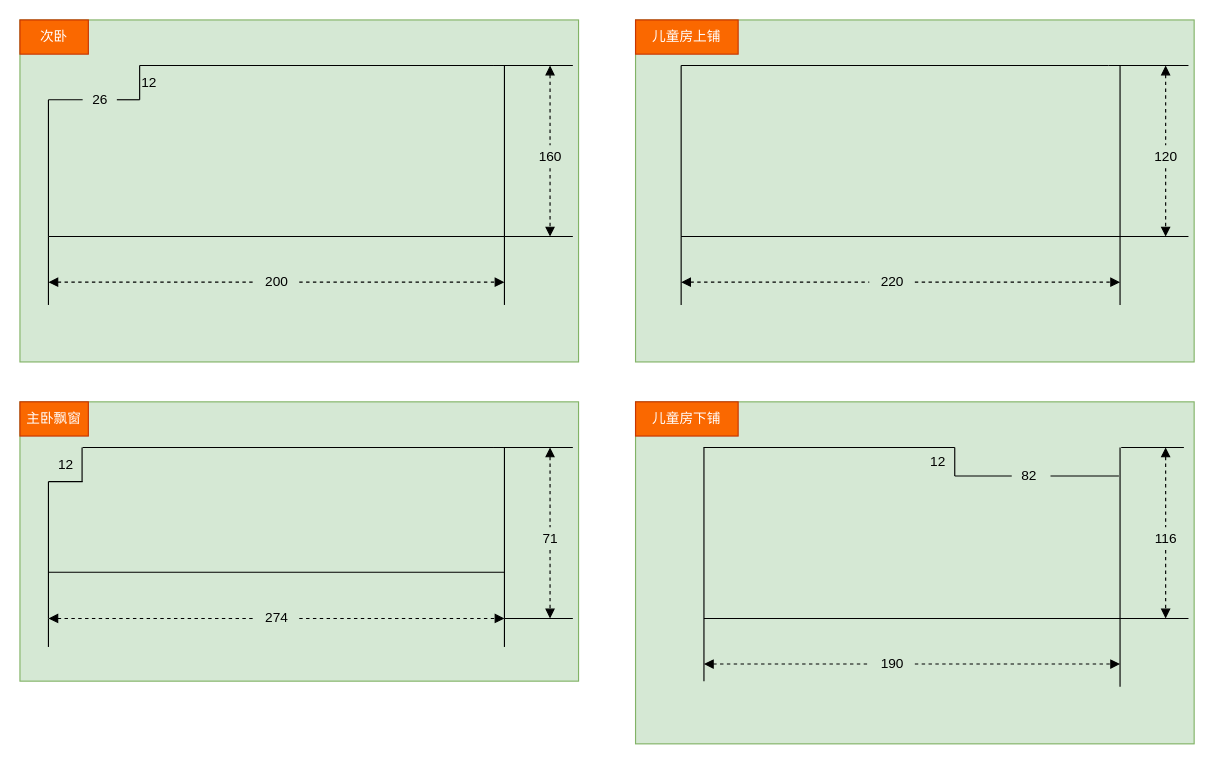
The draw.io diagram Untitled Diagram.drawio in sachwei/drawio, before the edit. Source tidied: cells renumbered, new cells numbered last; positions are measured from the earlier drawing's top-left corner, leaving out a move shared by most shapes. Both pictures are drawn from the tidied source at 114%, with x=0, y=0 at pixel (19, 19).
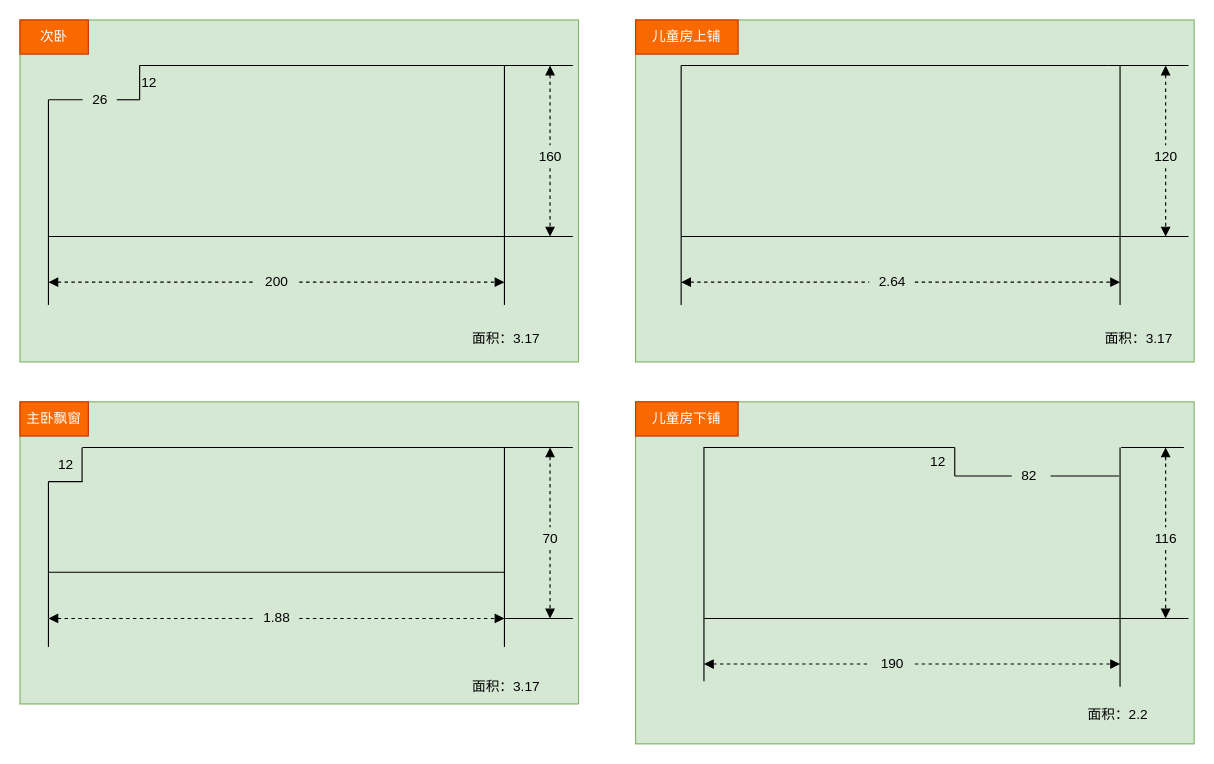
Above is the later version.

What changed in the source:
```diff
@@
     <mxCell id="23" style="rounded=0;whiteSpace=wrap;html=1;fillColor=#d5e8d4;strokeColor=#82b366;" parent="1" vertex="1">
-      <mxGeometry y="335" width="490" height="245" as="geometry" />
+      <mxGeometry y="335" width="490" height="265" as="geometry" />
     </mxCell>
@@
-    <mxCell id="34" value="274" style="text;html=1;align=center;verticalAlign=middle;points=[];fillColor=none;strokeColor=none;rounded=0;" parent="1" vertex="1">
+    <mxCell id="34" value="1.88" style="text;html=1;align=center;verticalAlign=middle;points=[];fillColor=none;strokeColor=none;rounded=0;" parent="1" vertex="1">
       <mxGeometry x="205" y="515" width="40" height="20" as="geometry" />
     </mxCell>
@@
-    <mxCell id="39" value="71" style="text;html=1;align=center;verticalAlign=middle;points=[];fillColor=none;strokeColor=none;rounded=0;" parent="1" vertex="1">
+    <mxCell id="39" value="70" style="text;html=1;align=center;verticalAlign=middle;points=[];fillColor=none;strokeColor=none;rounded=0;" parent="1" vertex="1">
       <mxGeometry x="450" y="445" width="30" height="20" as="geometry" />
     </mxCell>
@@
-    <mxCell id="51" value="220" style="text;html=1;align=center;verticalAlign=middle;points=[];fillColor=none;strokeColor=none;rounded=0;" parent="1" vertex="1">
+    <mxCell id="51" value="2.64" style="text;html=1;align=center;verticalAlign=middle;points=[];fillColor=none;strokeColor=none;rounded=0;" parent="1" vertex="1">
       <mxGeometry x="745" y="220" width="40" height="20" as="geometry" />
     </mxCell>
@@
+    <mxCell id="78" value="面积：3.17" style="text;html=1;strokeColor=none;fillColor=none;align=left;verticalAlign=middle;whiteSpace=wrap;rounded=0;" parent="1" vertex="1">
+      <mxGeometry x="395" y="270" width="70" height="20" as="geometry" />
+    </mxCell>
+    <mxCell id="79" value="面积：3.17" style="text;html=1;strokeColor=none;fillColor=none;align=left;verticalAlign=middle;whiteSpace=wrap;rounded=0;" parent="1" vertex="1">
+      <mxGeometry x="950" y="270" width="70" height="20" as="geometry" />
+    </mxCell>
+    <mxCell id="80" value="面积：3.17" style="text;html=1;strokeColor=none;fillColor=none;align=left;verticalAlign=middle;whiteSpace=wrap;rounded=0;" parent="1" vertex="1">
+      <mxGeometry x="395" y="575" width="70" height="20" as="geometry" />
+    </mxCell>
+    <mxCell id="81" value="面积：2.2" style="text;html=1;strokeColor=none;fillColor=none;align=left;verticalAlign=middle;whiteSpace=wrap;rounded=0;" parent="1" vertex="1">
+      <mxGeometry x="935" y="600" width="70" height="20" as="geometry" />
+    </mxCell>
```
